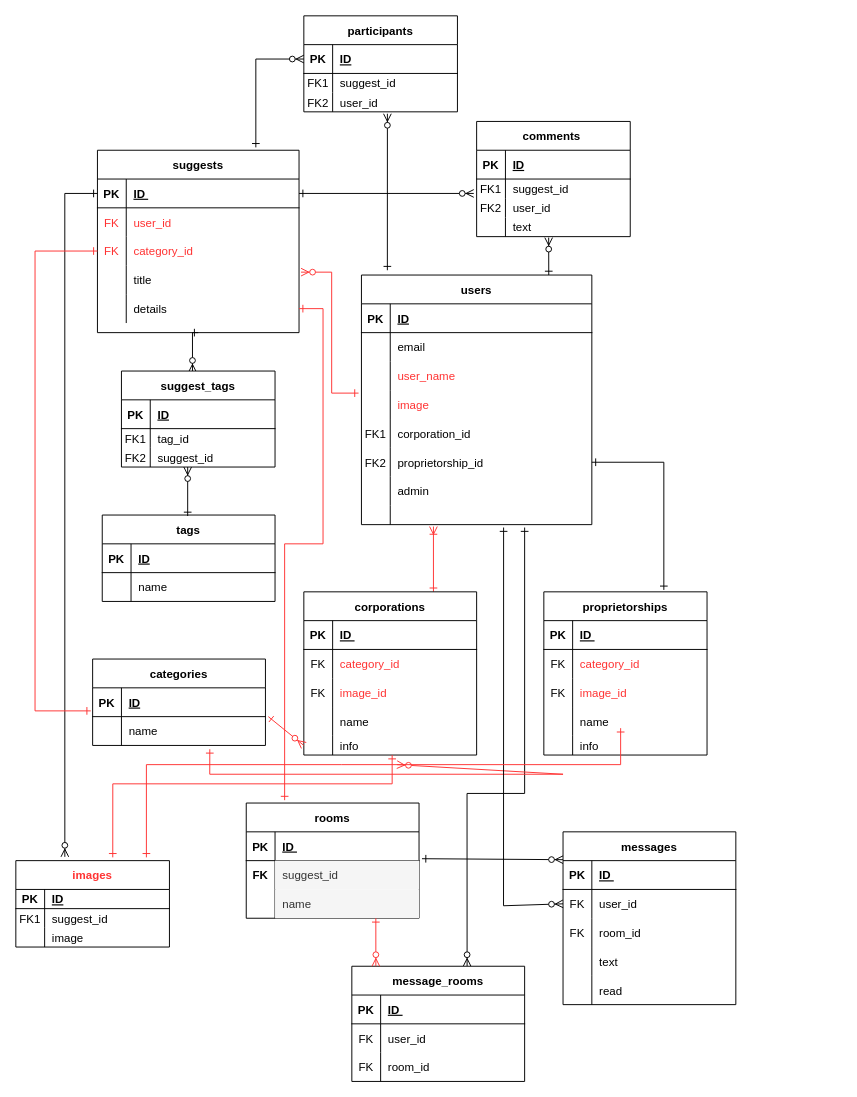
Above: page "ページ3" (2 of 2) of Untitled Diagram.drawio in Sec-il-n/dic_guraduate_parts (draw.io), before the change. Source tidied: cells renumbered, new cells numbered last; positions are measured from the earlier drawing's top-left corner, leaving out a move shared by most shapes. Both pictures are drawn from the tidied source at 96%, with x=0, y=0 at pixel (15, 15).
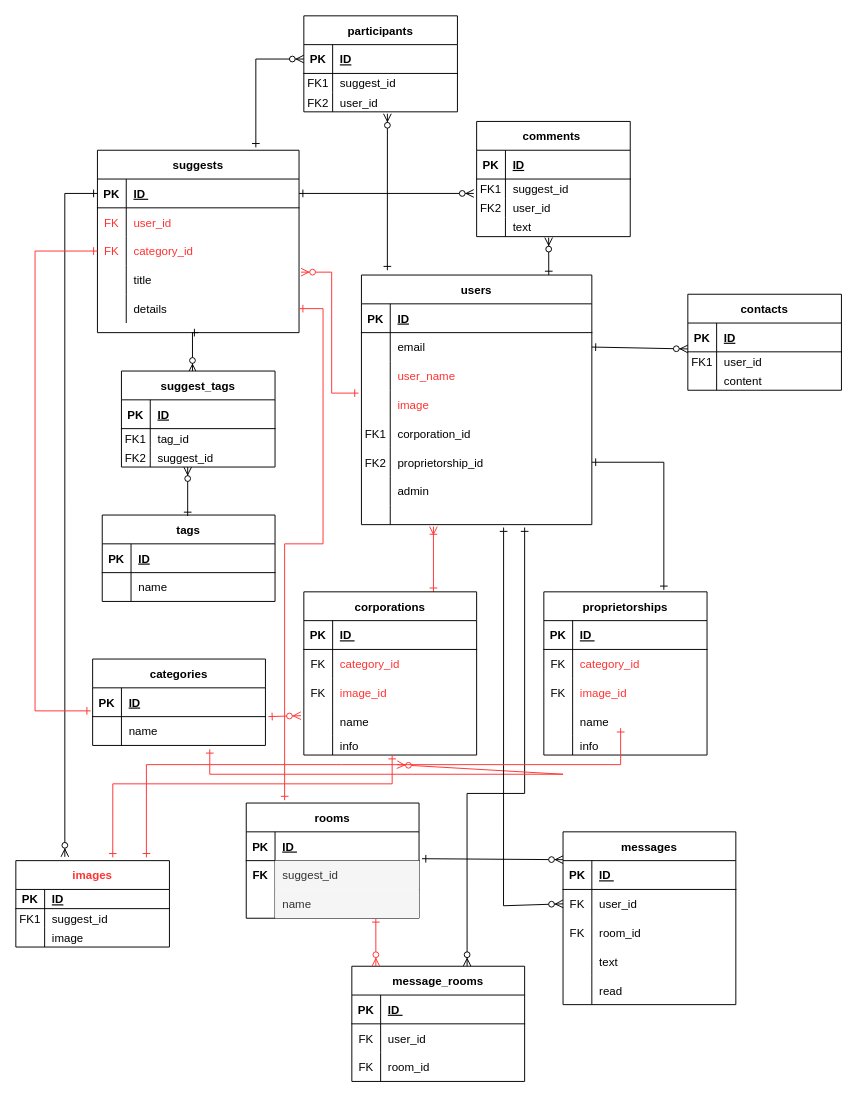
After the change.

Commit message:
Untitled Diagram.drawio を更新します

Unchanged cells that the change refers to:
```xml
<mxCell id="13" style="shape=partialRectangle;fillColor=none;points=[[0,0.5],[1,0.5]];portConstraint=eastwest;top=0;left=0;right=0;bottom=0;" parent="9" vertex="1">
  <mxGeometry y="60" width="240" height="30" as="geometry" />
</mxCell>
<mxCell id="75" style="shape=partialRectangle;fillColor=none;points=[[0,0.5],[1,0.5]];portConstraint=eastwest;top=0;left=0;right=0;bottom=0;" parent="62" vertex="1">
  <mxGeometry y="150" width="180" height="20" as="geometry" />
</mxCell>
```

Change to the diagram source:
```diff
@@
-    <mxCell id="138" style="edgeStyle=none;rounded=0;jettySize=auto;html=1;startArrow=ERone;startFill=0;endArrow=ERzeroToMany;endFill=1;strokeColor=#FF3333;entryX=0;entryY=0.5;entryDx=0;entryDy=0;" parent="1" edge="1" target="75">
+    <mxCell id="138" style="edgeStyle=none;rounded=0;orthogonalLoop=1;jettySize=auto;html=1;startArrow=ERone;startFill=0;endArrow=ERzeroToMany;endFill=1;strokeColor=#FF3333;" parent="1" edge="1">
       <mxGeometry relative="1" as="geometry">
         <mxPoint x="263" y="730" as="sourcePoint" />
+        <mxPoint x="297" y="729" as="targetPoint" />
       </mxGeometry>
     </mxCell>
@@
+    <mxCell id="189" value="contacts" style="shape=table;startSize=30;childLayout=tableLayout;rowLines=0;fontStyle=1;align=center;" parent="1" vertex="1">
+      <mxGeometry x="700" y="290" width="160" height="100" as="geometry" />
+    </mxCell>
+    <mxCell id="190" style="shape=partialRectangle;fillColor=none;top=0;left=0;right=0;bottom=1;" parent="189" vertex="1">
+      <mxGeometry y="30" width="160" height="30" as="geometry" />
+    </mxCell>
+    <mxCell id="191" value="PK" style="shape=partialRectangle;overflow=hidden;fillColor=none;top=0;left=0;bottom=0;right=0;fontStyle=1;" parent="190" vertex="1">
+      <mxGeometry width="30" height="30" as="geometry" />
+    </mxCell>
+    <mxCell id="192" value="ID" style="shape=partialRectangle;overflow=hidden;fillColor=none;top=0;left=0;bottom=0;right=0;align=left;spacingLeft=6;fontStyle=5;" parent="190" vertex="1">
+      <mxGeometry x="30" width="130" height="30" as="geometry" />
+    </mxCell>
+    <mxCell id="193" style="shape=partialRectangle;fillColor=none;points=[[0,0.5],[1,0.5]];portConstraint=eastwest;top=0;left=0;right=0;bottom=0;" parent="189" vertex="1">
+      <mxGeometry y="60" width="160" height="20" as="geometry" />
+    </mxCell>
+    <mxCell id="194" value="FK1" style="shape=partialRectangle;overflow=hidden;fillColor=none;top=0;left=0;bottom=0;right=0;" parent="193" vertex="1">
+      <mxGeometry width="30" height="20" as="geometry" />
+    </mxCell>
+    <mxCell id="195" value="user_id" style="shape=partialRectangle;overflow=hidden;fillColor=none;top=0;left=0;bottom=0;right=0;align=left;spacingLeft=6;" parent="193" vertex="1">
+      <mxGeometry x="30" width="130" height="20" as="geometry" />
+    </mxCell>
+    <mxCell id="196" style="shape=partialRectangle;fillColor=none;top=0;left=0;right=0;bottom=0;" parent="189" vertex="1">
+      <mxGeometry y="80" width="160" height="20" as="geometry" />
+    </mxCell>
+    <mxCell id="197" style="shape=partialRectangle;overflow=hidden;fillColor=none;top=0;left=0;bottom=0;right=0;" parent="196" vertex="1">
+      <mxGeometry width="30" height="20" as="geometry" />
+    </mxCell>
+    <mxCell id="198" value="content" style="shape=partialRectangle;overflow=hidden;fillColor=none;top=0;left=0;bottom=0;right=0;align=left;spacingLeft=6;" parent="196" vertex="1">
+      <mxGeometry x="30" width="130" height="20" as="geometry" />
+    </mxCell>
+    <mxCell id="199" style="edgeStyle=none;rounded=0;jettySize=auto;html=1;startArrow=ERone;startFill=0;endArrow=ERzeroToMany;endFill=1;exitX=1;exitY=0.5;exitDx=0;exitDy=0;entryX=0;entryY=-0.15;entryDx=0;entryDy=0;entryPerimeter=0;" parent="1" edge="1" source="13" target="193">
+      <mxGeometry relative="1" as="geometry" />
+    </mxCell>
```
